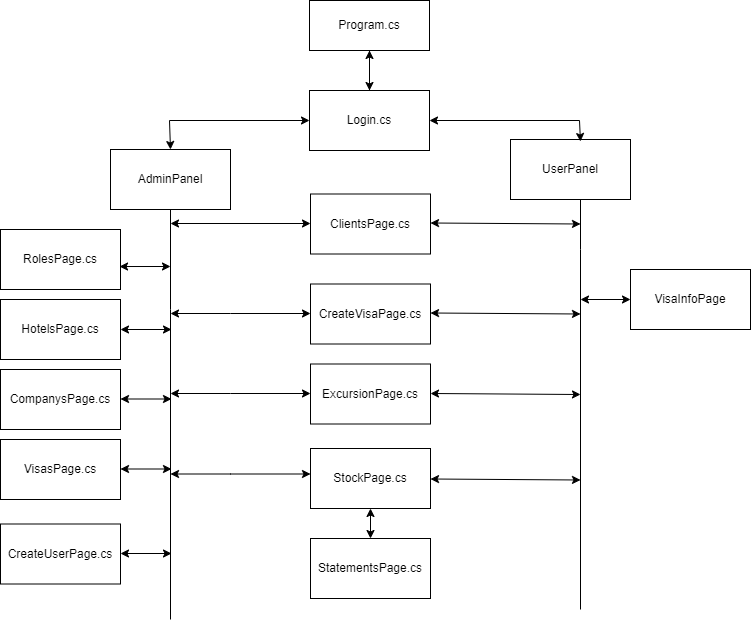
temp1k/gitTutorial keeps this draw.io diagram as Untitled Diagram.drawio.png. Above is the earlier version. Source tidied: cells renumbered, new cells last; positions are measured from the earlier drawing's top-left corner, leaving out a move shared by most shapes. Source of this version:
```xml
<mxGraphModel>
  <root>
    <mxCell id="0" />
    <mxCell id="1" parent="0" />
    <mxCell id="2" style="edgeStyle=orthogonalEdgeStyle;rounded=0;jettySize=auto;html=1;" parent="1" edge="1" source="3" target="5">
      <mxGeometry relative="1" as="geometry">
        <Array as="points">
          <mxPoint x="369" y="60" />
          <mxPoint x="369" y="60" />
        </Array>
      </mxGeometry>
    </mxCell>
    <mxCell id="3" value="Program.cs" style="rounded=0;whiteSpace=wrap;html=1;" parent="1" vertex="1">
      <mxGeometry x="309" width="120" height="50" as="geometry" />
    </mxCell>
    <mxCell id="4" style="edgeStyle=orthogonalEdgeStyle;rounded=0;jettySize=auto;html=1;entryX=0.5;entryY=1;entryDx=0;entryDy=0;" parent="1" edge="1" source="5" target="3">
      <mxGeometry relative="1" as="geometry" />
    </mxCell>
    <mxCell id="5" value="Login.cs" style="rounded=0;whiteSpace=wrap;html=1;" parent="1" vertex="1">
      <mxGeometry x="309" y="90" width="120" height="60" as="geometry" />
    </mxCell>
    <mxCell id="6" value="AdminPanel" style="rounded=0;whiteSpace=wrap;html=1;" parent="1" vertex="1">
      <mxGeometry x="110" y="149" width="120" height="60" as="geometry" />
    </mxCell>
    <mxCell id="7" value="UserPanel" style="whiteSpace=wrap;html=1;" parent="1" vertex="1">
      <mxGeometry x="510" y="139" width="120" height="60" as="geometry" />
    </mxCell>
    <mxCell id="8" style="endArrow=classic;startArrow=classic;html=1;rounded=0;exitX=0.5;exitY=0;exitDx=0;exitDy=0;entryX=0;entryY=0.5;entryDx=0;entryDy=0;" parent="1" edge="1" source="6" target="5">
      <mxGeometry relative="1" as="geometry">
        <Array as="points">
          <mxPoint x="169" y="120" />
        </Array>
      </mxGeometry>
    </mxCell>
    <mxCell id="9" style="endArrow=classic;startArrow=classic;html=1;rounded=0;entryX=1;entryY=0.5;entryDx=0;entryDy=0;exitX=0.583;exitY=0.033;exitDx=0;exitDy=0;exitPerimeter=0;" parent="1" edge="1" source="7" target="5">
      <mxGeometry relative="1" as="geometry">
        <Array as="points">
          <mxPoint x="579" y="120" />
        </Array>
      </mxGeometry>
    </mxCell>
    <mxCell id="10" style="endArrow=none;html=1;rounded=0;" parent="1" edge="1" target="6">
      <mxGeometry relative="1" as="geometry">
        <mxPoint x="170" y="619" as="sourcePoint" />
        <Array as="points">
          <mxPoint x="170" y="309" />
        </Array>
      </mxGeometry>
    </mxCell>
    <mxCell id="11" style="endArrow=none;html=1;rounded=0;" parent="1" edge="1">
      <mxGeometry relative="1" as="geometry">
        <mxPoint x="580" y="609" as="sourcePoint" />
        <mxPoint x="580" y="199" as="targetPoint" />
        <Array as="points">
          <mxPoint x="580" y="249" />
        </Array>
      </mxGeometry>
    </mxCell>
    <mxCell id="12" value="ClientsPage.cs" style="rounded=0;whiteSpace=wrap;html=1;" parent="1" vertex="1">
      <mxGeometry x="310" y="193.5" width="120" height="60" as="geometry" />
    </mxCell>
    <mxCell id="13" value="CreateVisaPage.cs" style="whiteSpace=wrap;html=1;" parent="1" vertex="1">
      <mxGeometry x="310" y="283.5" width="120" height="60" as="geometry" />
    </mxCell>
    <mxCell id="14" value="ExcursionPage.cs" style="whiteSpace=wrap;html=1;" parent="1" vertex="1">
      <mxGeometry x="310" y="363.5" width="120" height="60" as="geometry" />
    </mxCell>
    <mxCell id="15" value="StockPage.cs" style="whiteSpace=wrap;html=1;" parent="1" vertex="1">
      <mxGeometry x="310" y="448" width="120" height="60" as="geometry" />
    </mxCell>
    <mxCell id="16" value="RolesPage.cs" style="whiteSpace=wrap;html=1;" parent="1" vertex="1">
      <mxGeometry y="229" width="120" height="60" as="geometry" />
    </mxCell>
    <mxCell id="17" value="HotelsPage.cs&lt;br&gt;" style="whiteSpace=wrap;html=1;" parent="1" vertex="1">
      <mxGeometry y="299" width="120" height="60" as="geometry" />
    </mxCell>
    <mxCell id="18" value="CompanysPage.cs" style="whiteSpace=wrap;html=1;" parent="1" vertex="1">
      <mxGeometry y="369" width="120" height="60" as="geometry" />
    </mxCell>
    <mxCell id="19" value="VisasPage.cs" style="whiteSpace=wrap;html=1;" parent="1" vertex="1">
      <mxGeometry y="439" width="120" height="60" as="geometry" />
    </mxCell>
    <mxCell id="20" value="VisaInfoPage" style="whiteSpace=wrap;html=1;" parent="1" vertex="1">
      <mxGeometry x="630" y="269" width="120" height="60" as="geometry" />
    </mxCell>
    <mxCell id="21" value="StatementsPage.cs" style="whiteSpace=wrap;html=1;" parent="1" vertex="1">
      <mxGeometry x="310" y="538" width="120" height="60" as="geometry" />
    </mxCell>
    <mxCell id="22" style="endArrow=classic;startArrow=classic;html=1;rounded=0;entryX=0;entryY=0.5;entryDx=0;entryDy=0;" parent="1" edge="1">
      <mxGeometry relative="1" as="geometry">
        <mxPoint x="170" y="313" as="sourcePoint" />
        <mxPoint x="310" y="313" as="targetPoint" />
        <Array as="points">
          <mxPoint x="230" y="313" />
        </Array>
      </mxGeometry>
    </mxCell>
    <mxCell id="23" style="endArrow=classic;startArrow=classic;html=1;rounded=0;entryX=0;entryY=0.5;entryDx=0;entryDy=0;" parent="1" edge="1">
      <mxGeometry relative="1" as="geometry">
        <mxPoint x="170" y="393" as="sourcePoint" />
        <mxPoint x="310" y="393" as="targetPoint" />
        <Array as="points">
          <mxPoint x="230" y="393" />
        </Array>
      </mxGeometry>
    </mxCell>
    <mxCell id="24" style="endArrow=classic;startArrow=classic;html=1;rounded=0;entryX=0;entryY=0.5;entryDx=0;entryDy=0;" parent="1" edge="1">
      <mxGeometry relative="1" as="geometry">
        <mxPoint x="170" y="473.5" as="sourcePoint" />
        <mxPoint x="310" y="473.5" as="targetPoint" />
        <Array as="points">
          <mxPoint x="230" y="473.5" />
        </Array>
      </mxGeometry>
    </mxCell>
    <mxCell id="25" style="endArrow=classic;startArrow=classic;html=1;rounded=0;entryX=0;entryY=0.5;entryDx=0;entryDy=0;" parent="1" edge="1">
      <mxGeometry relative="1" as="geometry">
        <mxPoint x="170" y="223" as="sourcePoint" />
        <mxPoint x="310" y="223" as="targetPoint" />
      </mxGeometry>
    </mxCell>
    <mxCell id="26" style="endArrow=classic;startArrow=classic;html=1;rounded=0;" parent="1" edge="1">
      <mxGeometry relative="1" as="geometry">
        <mxPoint x="430" y="222.5" as="sourcePoint" />
        <mxPoint x="580" y="223.5" as="targetPoint" />
      </mxGeometry>
    </mxCell>
    <mxCell id="27" style="endArrow=classic;startArrow=classic;html=1;rounded=0;" parent="1" edge="1">
      <mxGeometry relative="1" as="geometry">
        <mxPoint x="430" y="312.5" as="sourcePoint" />
        <mxPoint x="580" y="313.5" as="targetPoint" />
      </mxGeometry>
    </mxCell>
    <mxCell id="28" style="endArrow=classic;startArrow=classic;html=1;rounded=0;" parent="1" edge="1">
      <mxGeometry relative="1" as="geometry">
        <mxPoint x="430" y="393" as="sourcePoint" />
        <mxPoint x="580" y="394" as="targetPoint" />
      </mxGeometry>
    </mxCell>
    <mxCell id="29" style="endArrow=classic;startArrow=classic;html=1;rounded=0;" parent="1" edge="1">
      <mxGeometry relative="1" as="geometry">
        <mxPoint x="430" y="478.5" as="sourcePoint" />
        <mxPoint x="580" y="479.5" as="targetPoint" />
      </mxGeometry>
    </mxCell>
    <mxCell id="30" style="endArrow=classic;startArrow=classic;html=1;rounded=0;entryX=0;entryY=0.5;entryDx=0;entryDy=0;" parent="1" edge="1" target="20">
      <mxGeometry relative="1" as="geometry">
        <mxPoint x="580" y="299" as="sourcePoint" />
      </mxGeometry>
    </mxCell>
    <mxCell id="31" value="CreateUserPage.cs" style="whiteSpace=wrap;html=1;" parent="1" vertex="1">
      <mxGeometry y="523.5" width="120" height="60" as="geometry" />
    </mxCell>
    <mxCell id="32" style="endArrow=classic;startArrow=classic;html=1;rounded=0;exitX=0.992;exitY=0.617;exitDx=0;exitDy=0;exitPerimeter=0;" parent="1" edge="1" source="16">
      <mxGeometry relative="1" as="geometry">
        <mxPoint x="170" y="266" as="targetPoint" />
      </mxGeometry>
    </mxCell>
    <mxCell id="33" style="endArrow=classic;startArrow=classic;html=1;rounded=0;exitX=0.992;exitY=0.617;exitDx=0;exitDy=0;exitPerimeter=0;" parent="1" edge="1">
      <mxGeometry relative="1" as="geometry">
        <mxPoint x="120" y="329" as="sourcePoint" />
        <mxPoint x="171" y="329" as="targetPoint" />
      </mxGeometry>
    </mxCell>
    <mxCell id="34" style="endArrow=classic;startArrow=classic;html=1;rounded=0;exitX=0.992;exitY=0.617;exitDx=0;exitDy=0;exitPerimeter=0;" parent="1" edge="1">
      <mxGeometry relative="1" as="geometry">
        <mxPoint x="120" y="398.5" as="sourcePoint" />
        <mxPoint x="171" y="398.5" as="targetPoint" />
      </mxGeometry>
    </mxCell>
    <mxCell id="35" style="endArrow=classic;startArrow=classic;html=1;rounded=0;exitX=0.992;exitY=0.617;exitDx=0;exitDy=0;exitPerimeter=0;" parent="1" edge="1">
      <mxGeometry relative="1" as="geometry">
        <mxPoint x="120" y="468.5" as="sourcePoint" />
        <mxPoint x="171" y="468.5" as="targetPoint" />
      </mxGeometry>
    </mxCell>
    <mxCell id="36" style="endArrow=classic;startArrow=classic;html=1;rounded=0;exitX=0.992;exitY=0.617;exitDx=0;exitDy=0;exitPerimeter=0;" parent="1" edge="1">
      <mxGeometry relative="1" as="geometry">
        <mxPoint x="120" y="553" as="sourcePoint" />
        <mxPoint x="171" y="553" as="targetPoint" />
      </mxGeometry>
    </mxCell>
    <mxCell id="37" style="endArrow=classic;startArrow=classic;html=1;rounded=0;entryX=0.5;entryY=1;entryDx=0;entryDy=0;exitX=0.5;exitY=0;exitDx=0;exitDy=0;" parent="1" edge="1" source="21" target="15">
      <mxGeometry relative="1" as="geometry" />
    </mxCell>
  </root>
</mxGraphModel>
```
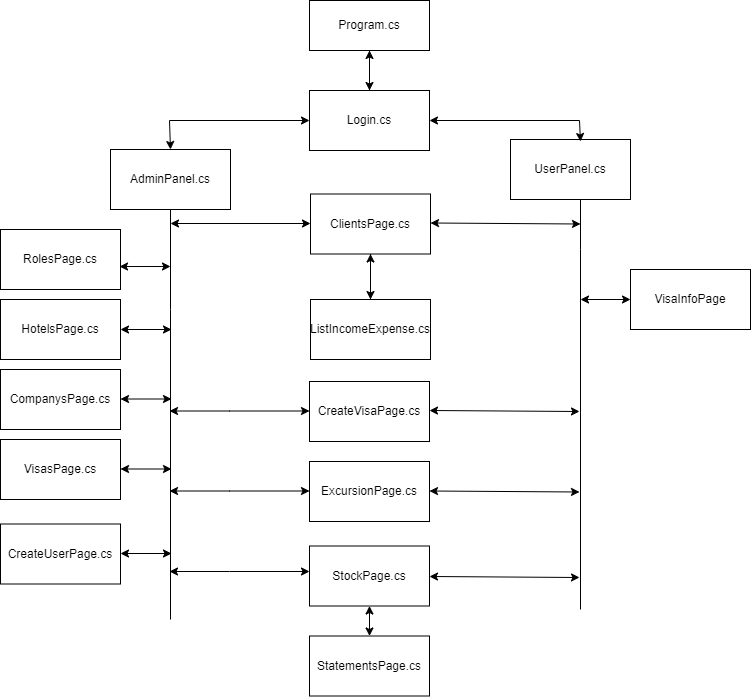
Above is the later version.

Commit message:
Add list income expense

The edit, as a diff of the source:
```diff
@@ -19,10 +19,10 @@
     <mxCell id="5" value="Login.cs" style="rounded=0;whiteSpace=wrap;html=1;" parent="1" vertex="1">
       <mxGeometry x="309" y="90" width="120" height="60" as="geometry" />
     </mxCell>
-    <mxCell id="6" value="AdminPanel" style="rounded=0;whiteSpace=wrap;html=1;" parent="1" vertex="1">
+    <mxCell id="6" value="AdminPanel.cs" style="rounded=0;whiteSpace=wrap;html=1;" parent="1" vertex="1">
       <mxGeometry x="110" y="149" width="120" height="60" as="geometry" />
     </mxCell>
-    <mxCell id="7" value="UserPanel" style="whiteSpace=wrap;html=1;" parent="1" vertex="1">
+    <mxCell id="7" value="UserPanel.cs" style="whiteSpace=wrap;html=1;" parent="1" vertex="1">
       <mxGeometry x="510" y="139" width="120" height="60" as="geometry" />
     </mxCell>
     <mxCell id="8" style="endArrow=classic;startArrow=classic;html=1;rounded=0;exitX=0.5;exitY=0;exitDx=0;exitDy=0;entryX=0;entryY=0.5;entryDx=0;entryDy=0;" parent="1" edge="1" source="6" target="5">
@@ -56,17 +56,20 @@
         </Array>
       </mxGeometry>
     </mxCell>
+    <mxCell id="38" style="edgeStyle=orthogonalEdgeStyle;rounded=0;jettySize=auto;html=1;entryX=0.5;entryY=0;entryDx=0;entryDy=0;" parent="1" edge="1" source="12" target="40">
+      <mxGeometry relative="1" as="geometry" />
+    </mxCell>
     <mxCell id="12" value="ClientsPage.cs" style="rounded=0;whiteSpace=wrap;html=1;" parent="1" vertex="1">
       <mxGeometry x="310" y="193.5" width="120" height="60" as="geometry" />
     </mxCell>
     <mxCell id="13" value="CreateVisaPage.cs" style="whiteSpace=wrap;html=1;" parent="1" vertex="1">
-      <mxGeometry x="310" y="283.5" width="120" height="60" as="geometry" />
+      <mxGeometry x="309" y="381" width="120" height="60" as="geometry" />
     </mxCell>
     <mxCell id="14" value="ExcursionPage.cs" style="whiteSpace=wrap;html=1;" parent="1" vertex="1">
-      <mxGeometry x="310" y="363.5" width="120" height="60" as="geometry" />
+      <mxGeometry x="309" y="461" width="120" height="60" as="geometry" />
     </mxCell>
     <mxCell id="15" value="StockPage.cs" style="whiteSpace=wrap;html=1;" parent="1" vertex="1">
-      <mxGeometry x="310" y="448" width="120" height="60" as="geometry" />
+      <mxGeometry x="309" y="545.5" width="120" height="60" as="geometry" />
     </mxCell>
     <mxCell id="16" value="RolesPage.cs" style="whiteSpace=wrap;html=1;" parent="1" vertex="1">
       <mxGeometry y="229" width="120" height="60" as="geometry" />
@@ -84,32 +87,32 @@
       <mxGeometry x="630" y="269" width="120" height="60" as="geometry" />
     </mxCell>
     <mxCell id="21" value="StatementsPage.cs" style="whiteSpace=wrap;html=1;" parent="1" vertex="1">
-      <mxGeometry x="310" y="538" width="120" height="60" as="geometry" />
+      <mxGeometry x="309" y="635.5" width="120" height="60" as="geometry" />
     </mxCell>
     <mxCell id="22" style="endArrow=classic;startArrow=classic;html=1;rounded=0;entryX=0;entryY=0.5;entryDx=0;entryDy=0;" parent="1" edge="1">
       <mxGeometry relative="1" as="geometry">
-        <mxPoint x="170" y="313" as="sourcePoint" />
-        <mxPoint x="310" y="313" as="targetPoint" />
+        <mxPoint x="169" y="410.5" as="sourcePoint" />
+        <mxPoint x="309" y="410.5" as="targetPoint" />
         <Array as="points">
-          <mxPoint x="230" y="313" />
+          <mxPoint x="229" y="410.5" />
         </Array>
       </mxGeometry>
     </mxCell>
     <mxCell id="23" style="endArrow=classic;startArrow=classic;html=1;rounded=0;entryX=0;entryY=0.5;entryDx=0;entryDy=0;" parent="1" edge="1">
       <mxGeometry relative="1" as="geometry">
-        <mxPoint x="170" y="393" as="sourcePoint" />
-        <mxPoint x="310" y="393" as="targetPoint" />
+        <mxPoint x="169" y="490.5" as="sourcePoint" />
+        <mxPoint x="309" y="490.5" as="targetPoint" />
         <Array as="points">
-          <mxPoint x="230" y="393" />
+          <mxPoint x="229" y="490.5" />
         </Array>
       </mxGeometry>
     </mxCell>
     <mxCell id="24" style="endArrow=classic;startArrow=classic;html=1;rounded=0;entryX=0;entryY=0.5;entryDx=0;entryDy=0;" parent="1" edge="1">
       <mxGeometry relative="1" as="geometry">
-        <mxPoint x="170" y="473.5" as="sourcePoint" />
-        <mxPoint x="310" y="473.5" as="targetPoint" />
+        <mxPoint x="169" y="571" as="sourcePoint" />
+        <mxPoint x="309" y="571" as="targetPoint" />
         <Array as="points">
-          <mxPoint x="230" y="473.5" />
+          <mxPoint x="229" y="571" />
         </Array>
       </mxGeometry>
     </mxCell>
@@ -127,20 +130,20 @@
     </mxCell>
     <mxCell id="27" style="endArrow=classic;startArrow=classic;html=1;rounded=0;" parent="1" edge="1">
       <mxGeometry relative="1" as="geometry">
-        <mxPoint x="430" y="312.5" as="sourcePoint" />
-        <mxPoint x="580" y="313.5" as="targetPoint" />
+        <mxPoint x="429" y="410" as="sourcePoint" />
+        <mxPoint x="579" y="411" as="targetPoint" />
       </mxGeometry>
     </mxCell>
     <mxCell id="28" style="endArrow=classic;startArrow=classic;html=1;rounded=0;" parent="1" edge="1">
       <mxGeometry relative="1" as="geometry">
-        <mxPoint x="430" y="393" as="sourcePoint" />
-        <mxPoint x="580" y="394" as="targetPoint" />
+        <mxPoint x="429" y="490.5" as="sourcePoint" />
+        <mxPoint x="579" y="491.5" as="targetPoint" />
       </mxGeometry>
     </mxCell>
     <mxCell id="29" style="endArrow=classic;startArrow=classic;html=1;rounded=0;" parent="1" edge="1">
       <mxGeometry relative="1" as="geometry">
-        <mxPoint x="430" y="478.5" as="sourcePoint" />
-        <mxPoint x="580" y="479.5" as="targetPoint" />
+        <mxPoint x="429" y="576" as="sourcePoint" />
+        <mxPoint x="579" y="577" as="targetPoint" />
       </mxGeometry>
     </mxCell>
     <mxCell id="30" style="endArrow=classic;startArrow=classic;html=1;rounded=0;entryX=0;entryY=0.5;entryDx=0;entryDy=0;" parent="1" edge="1" target="20">
@@ -183,5 +186,11 @@
     <mxCell id="37" style="endArrow=classic;startArrow=classic;html=1;rounded=0;entryX=0.5;entryY=1;entryDx=0;entryDy=0;exitX=0.5;exitY=0;exitDx=0;exitDy=0;" parent="1" edge="1" source="21" target="15">
       <mxGeometry relative="1" as="geometry" />
     </mxCell>
+    <mxCell id="39" style="edgeStyle=orthogonalEdgeStyle;rounded=0;jettySize=auto;html=1;" parent="1" edge="1" source="40" target="12">
+      <mxGeometry relative="1" as="geometry" />
+    </mxCell>
+    <mxCell id="40" value="ListIncomeExpense.cs" style="whiteSpace=wrap;html=1;" parent="1" vertex="1">
+      <mxGeometry x="310" y="299" width="120" height="60" as="geometry" />
+    </mxCell>
   </root>
 </mxGraphModel>
```
